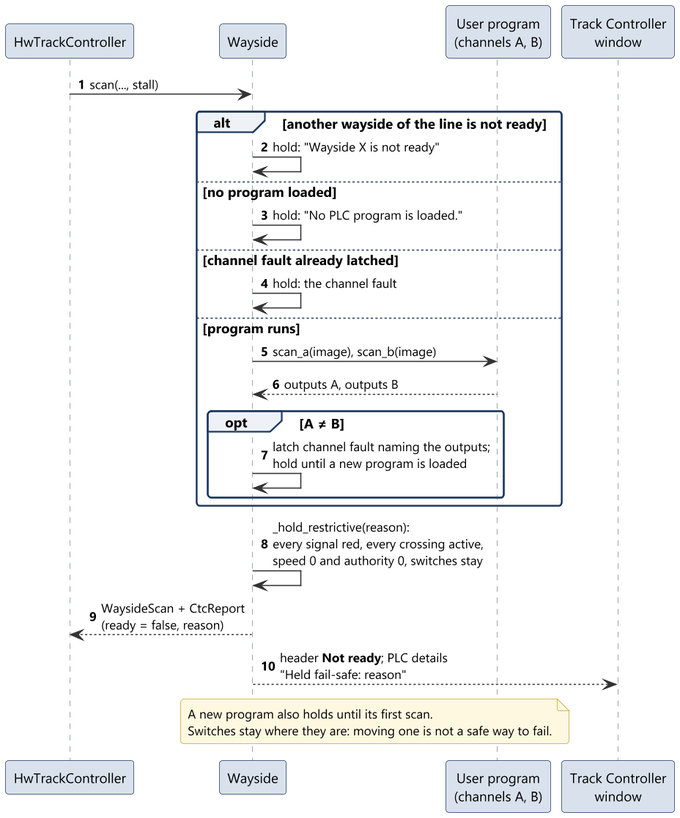
This is documents/uml/track_ctrl_hw/sd16_hold_fail_safe.png from Landiss04/Track-Overflow, a PlantUML export, as it was before one commit. Source of this version:
```plantuml
@startuml sd16_hold_fail_safe
!include ../style.iuml
autonumber

participant "HwTrackController" as Ctrl
participant "Wayside" as W
participant "User program\n(channels A, B)" as U
participant "Track Controller\nwindow" as Win

Ctrl -> W : scan(..., stall)
alt another wayside of the line is not ready
  W -> W : hold: "Wayside X is not ready"
else no program loaded
  W -> W : hold: "No PLC program is loaded."
else channel fault already latched
  W -> W : hold: the channel fault
else program runs
  W -> U : scan_a(image), scan_b(image)
  U --> W : outputs A, outputs B
  opt A ≠ B
    W -> W : latch channel fault naming the outputs;\nhold until a new program is loaded
  end
end
W -> W : _hold_restrictive(reason):\nevery signal red, every crossing active,\nspeed 0 and authority 0, switches stay
W --> Ctrl : WaysideScan + CtcReport\n(ready = false, reason)
W --> Win : header **Not ready**; PLC details\n"Held fail-safe: reason"
note over W, U
  A new program also holds until its first scan.
  Switches stay where they are: moving one is not a safe way to fail.
end note
@enduml
```
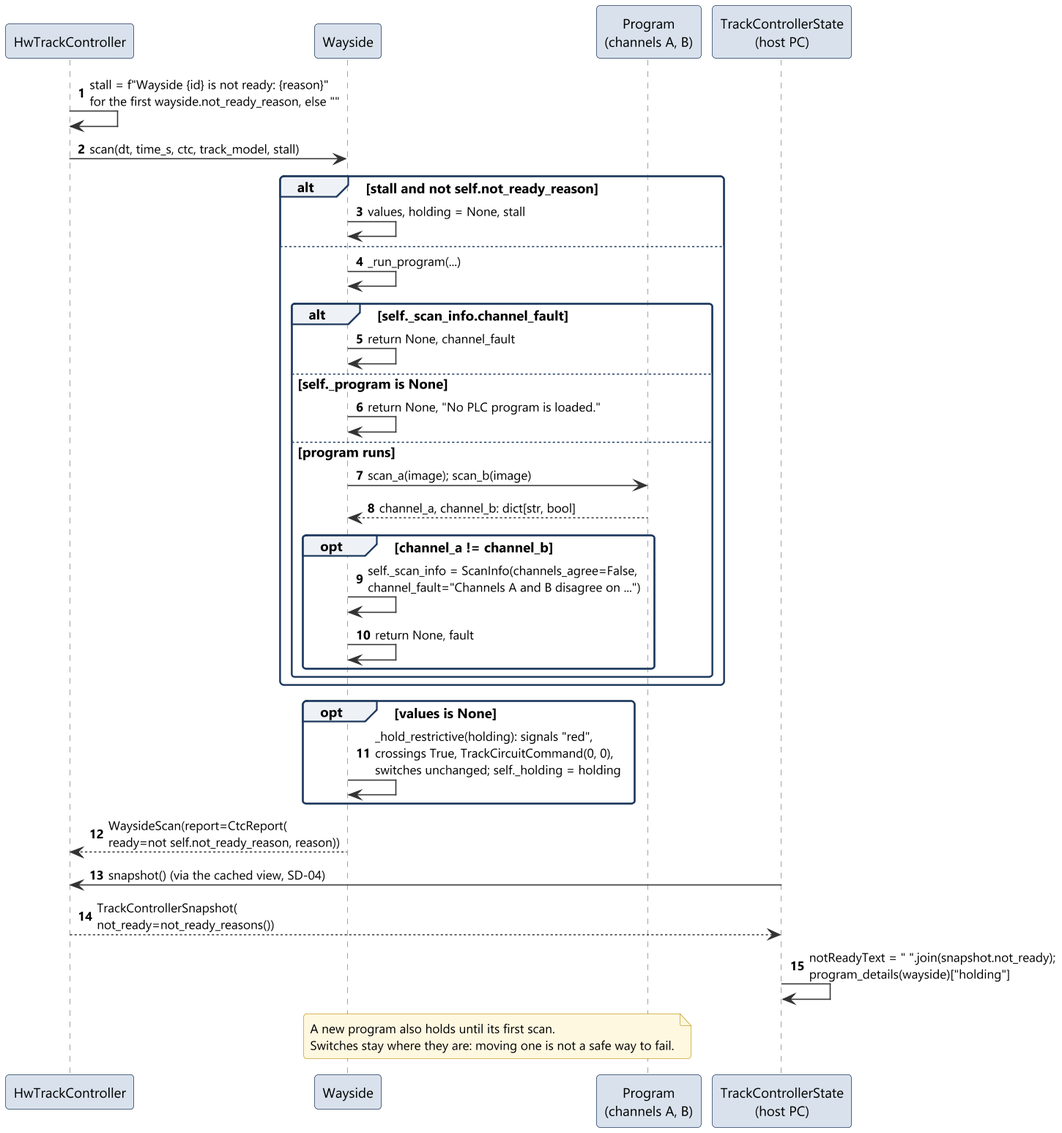
After the commit.

Diff of the diagram source:
```diff
@@ -4,26 +4,35 @@
 
 participant "HwTrackController" as Ctrl
 participant "Wayside" as W
-participant "User program\n(channels A, B)" as U
-participant "Track Controller\nwindow" as Win
+participant "Program\n(channels A, B)" as U
+participant "TrackControllerState\n(host PC)" as State
 
-Ctrl -> W : scan(..., stall)
-alt another wayside of the line is not ready
-  W -> W : hold: "Wayside X is not ready"
-else no program loaded
-  W -> W : hold: "No PLC program is loaded."
-else channel fault already latched
-  W -> W : hold: the channel fault
-else program runs
-  W -> U : scan_a(image), scan_b(image)
-  U --> W : outputs A, outputs B
-  opt A ≠ B
-    W -> W : latch channel fault naming the outputs;\nhold until a new program is loaded
+Ctrl -> Ctrl : stall = f"Wayside {id} is not ready: {reason}"\nfor the first wayside.not_ready_reason, else ""
+Ctrl -> W : scan(dt, time_s, ctc, track_model, stall)
+alt stall and not self.not_ready_reason
+  W -> W : values, holding = None, stall
+else
+  W -> W : _run_program(...)
+  alt self._scan_info.channel_fault
+    W -> W : return None, channel_fault
+  else self._program is None
+    W -> W : return None, "No PLC program is loaded."
+  else program runs
+    W -> U : scan_a(image); scan_b(image)
+    U --> W : channel_a, channel_b: dict[str, bool]
+    opt channel_a != channel_b
+      W -> W : self._scan_info = ScanInfo(channels_agree=False,\nchannel_fault="Channels A and B disagree on ...")
+      W -> W : return None, fault
+    end
   end
 end
-W -> W : _hold_restrictive(reason):\nevery signal red, every crossing active,\nspeed 0 and authority 0, switches stay
-W --> Ctrl : WaysideScan + CtcReport\n(ready = false, reason)
-W --> Win : header **Not ready**; PLC details\n"Held fail-safe: reason"
+opt values is None
+  W -> W : _hold_restrictive(holding): signals "red",\ncrossings True, TrackCircuitCommand(0, 0),\nswitches unchanged; self._holding = holding
+end
+W --> Ctrl : WaysideScan(report=CtcReport(\nready=not self.not_ready_reason, reason))
+State -> Ctrl : snapshot() (via the cached view, SD-04)
+Ctrl --> State : TrackControllerSnapshot(\nnot_ready=not_ready_reasons())
+State -> State : notReadyText = " ".join(snapshot.not_ready);\nprogram_details(wayside)["holding"]
 note over W, U
   A new program also holds until its first scan.
   Switches stay where they are: moving one is not a safe way to fail.
```
